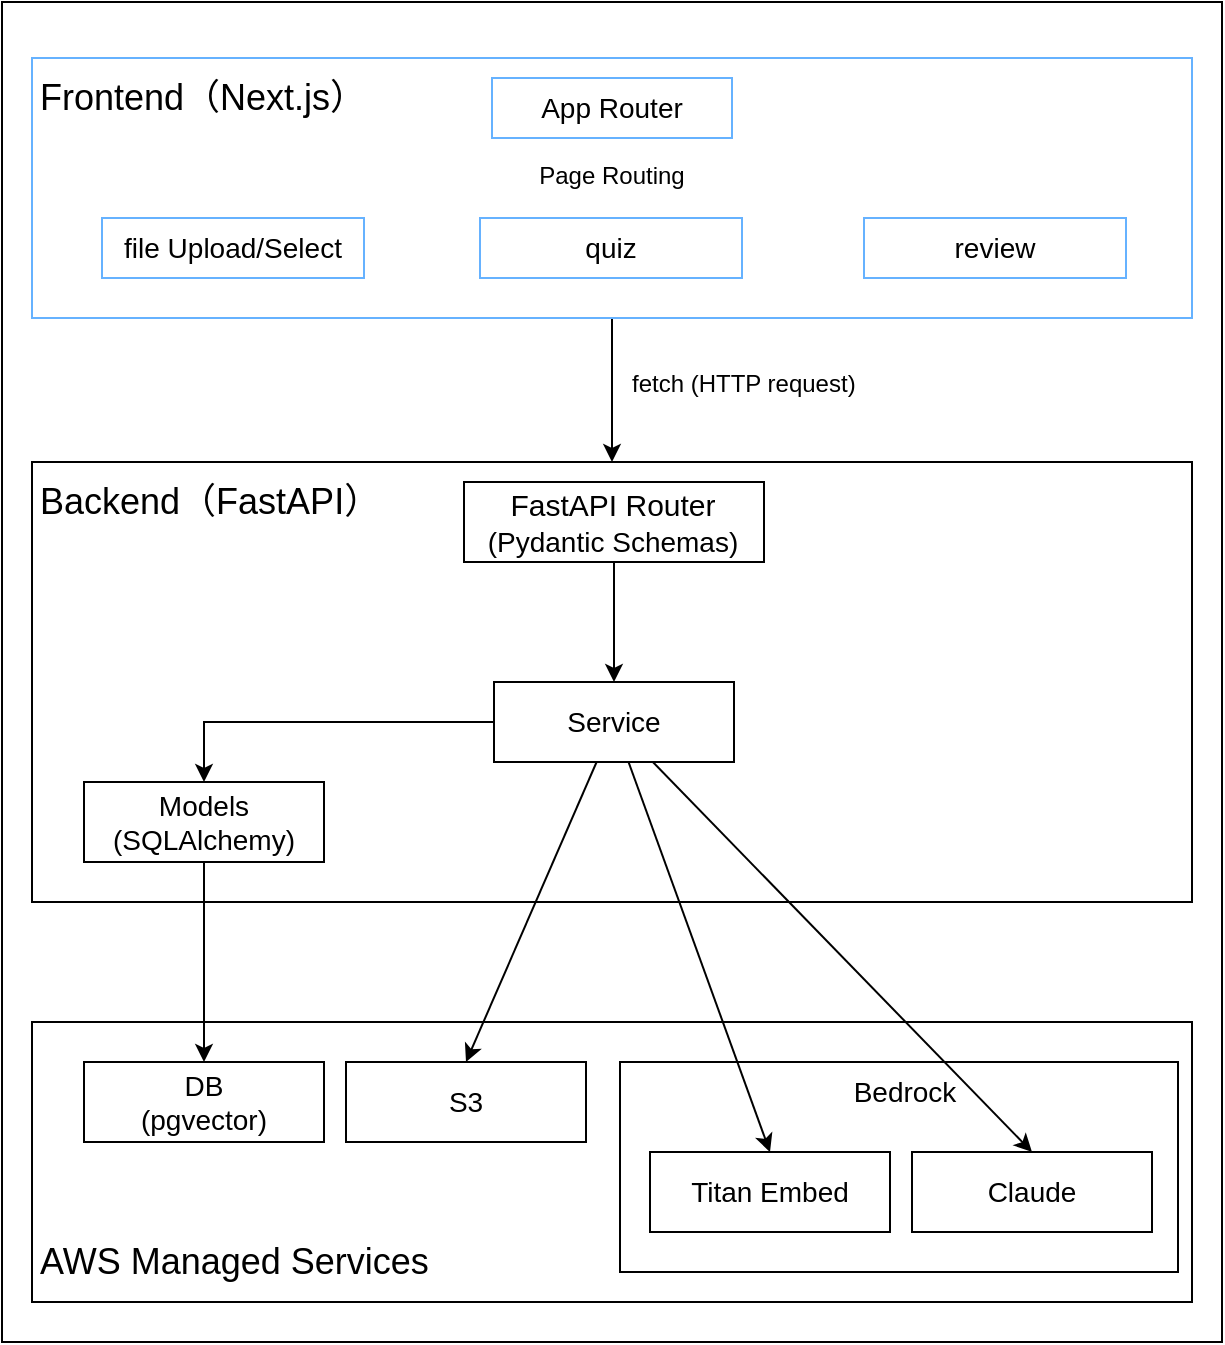
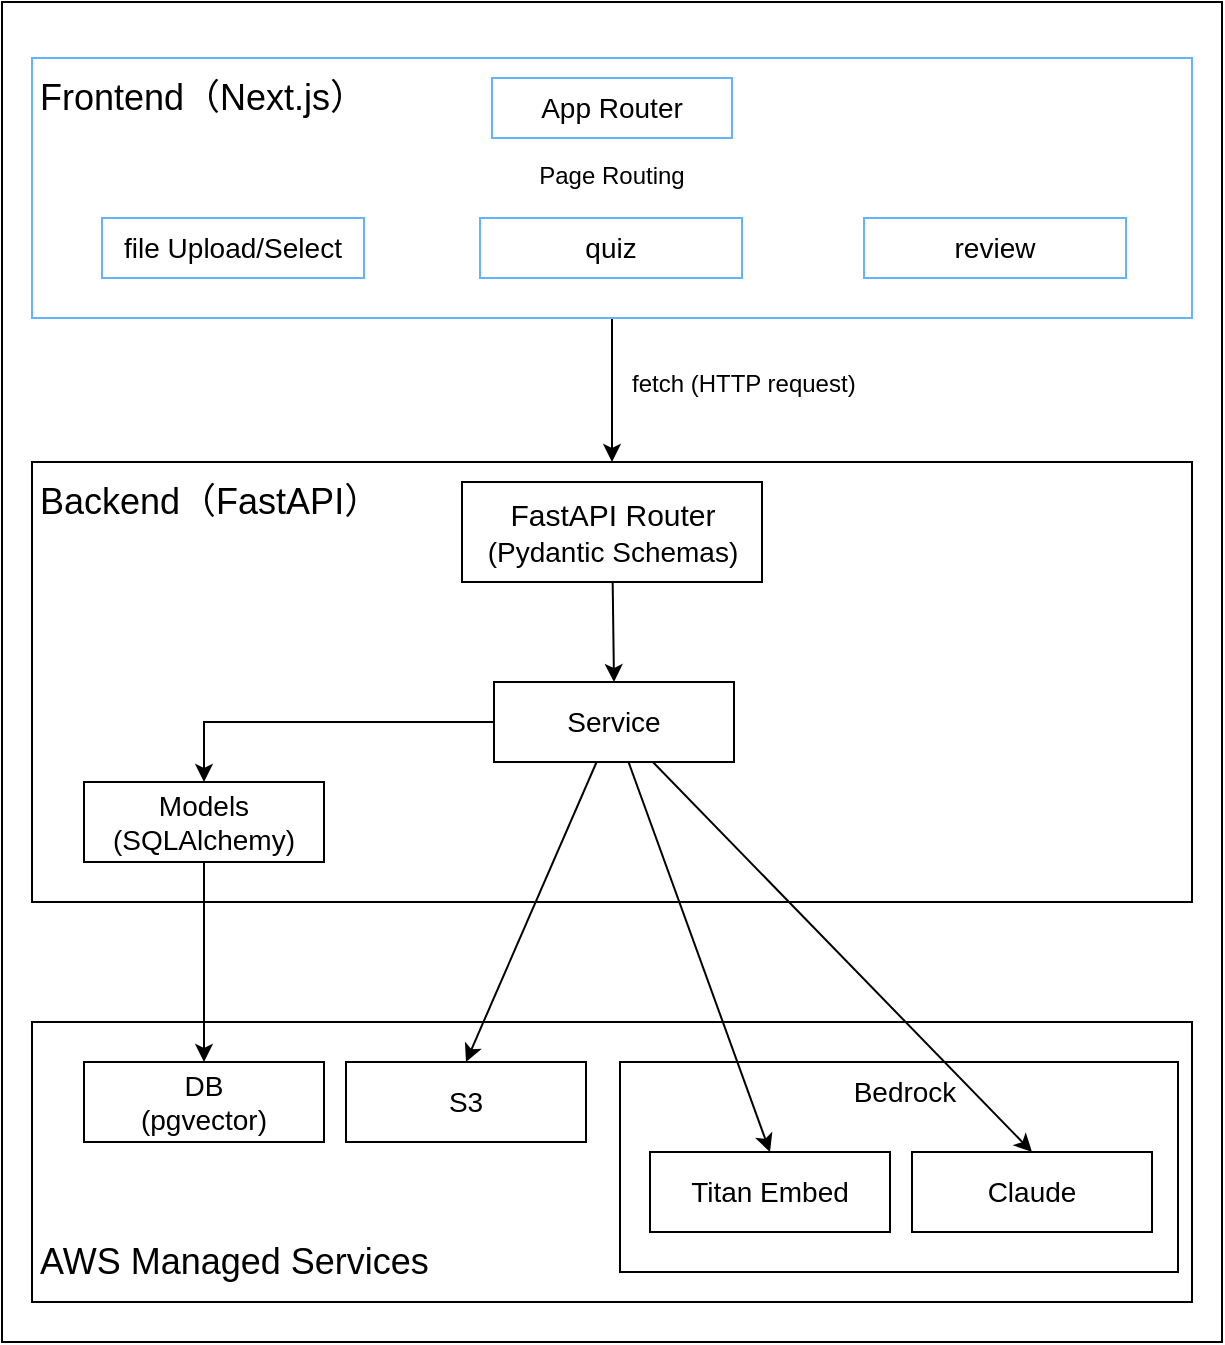
<mxfile host="65bd71144e">
    <diagram id="-sK7EBd7eQeEawK1GACJ" name="ページ1">
-         <mxGraphModel dx="625" dy="537" grid="1" gridSize="10" guides="1" tooltips="1" connect="1" arrows="1" fold="1" page="1" pageScale="1" pageWidth="827" pageHeight="1169" background="none" math="0" shadow="0">
+         <mxGraphModel dx="719" dy="638" grid="1" gridSize="10" guides="1" tooltips="1" connect="1" arrows="1" fold="1" page="1" pageScale="1" pageWidth="827" pageHeight="1169" background="none" math="0" shadow="0">
            <root>
                <mxCell id="0"/>
                <mxCell id="1" parent="0"/>
-                 <mxCell id="50" value="" style="whiteSpace=wrap;html=1;" parent="1" vertex="1">
+                 <mxCell id="50" value="" style="whiteSpace=wrap;html=1;fillColor=light-dark(#FFFFFF,#000000);" parent="1" vertex="1">
                    <mxGeometry x="109" y="60" width="610" height="670" as="geometry"/>
                </mxCell>
                <mxCell id="48" value="" style="whiteSpace=wrap;html=1;fillColor=none;strokeColor=light-dark(#000000,#33FF99);" parent="1" vertex="1">
                    <mxGeometry x="124" y="570" width="580" height="140" as="geometry"/>
                </mxCell>
                <mxCell id="39" value="" style="whiteSpace=wrap;html=1;fillColor=none;strokeColor=light-dark(#000000,#33FF99);" parent="1" vertex="1">
                    <mxGeometry x="418" y="590" width="279" height="105" as="geometry"/>
                </mxCell>
                <mxCell id="15" style="edgeStyle=none;html=1;entryX=0.5;entryY=0;entryDx=0;entryDy=0;" parent="1" source="2" target="13" edge="1">
                    <mxGeometry relative="1" as="geometry"/>
                </mxCell>
                <mxCell id="2" value="" style="whiteSpace=wrap;html=1;fillColor=none;strokeColor=light-dark(#66B2FF,#66B2FF);" parent="1" vertex="1">
                    <mxGeometry x="124" y="88" width="580" height="130" as="geometry"/>
                </mxCell>
                <mxCell id="3" value="&lt;font style=&quot;font-size: 18px; color: light-dark(rgb(0, 0, 0), rgb(102, 178, 255));&quot;&gt;Frontend（Next.js）&lt;/font&gt;" style="text;html=1;align=left;verticalAlign=middle;resizable=0;points=[];autosize=1;strokeColor=none;fillColor=none;fontColor=light-dark(#000000,#66B2FF);" parent="1" vertex="1">
                    <mxGeometry x="126" y="88" width="190" height="40" as="geometry"/>
                </mxCell>
-                 <mxCell id="4" value="&lt;font style=&quot;font-size: 14px;&quot;&gt;App Router&lt;/font&gt;" style="whiteSpace=wrap;html=1;fillColor=none;strokeColor=light-dark(#66B2FF,#66B2FF);" parent="1" vertex="1">
+                 <mxCell id="4" value="&lt;font style=&quot;font-size: 14px;&quot;&gt;App Router&lt;/font&gt;" style="whiteSpace=wrap;html=1;fillColor=none;strokeColor=light-dark(#66B2FF,#66B2FF);fontColor=light-dark(#000000,#FFFFFF);" parent="1" vertex="1">
                    <mxGeometry x="354" y="98" width="120" height="30" as="geometry"/>
                </mxCell>
-                 <mxCell id="5" value="&lt;font style=&quot;font-size: 14px;&quot;&gt;file Upload/Select&lt;/font&gt;" style="whiteSpace=wrap;html=1;fillColor=none;strokeColor=light-dark(#66B2FF,#66B2FF);" parent="1" vertex="1">
+                 <mxCell id="5" value="&lt;font style=&quot;font-size: 14px;&quot;&gt;file Upload/Select&lt;/font&gt;" style="whiteSpace=wrap;html=1;fillColor=none;strokeColor=light-dark(#66B2FF,#66B2FF);fontColor=light-dark(#000000,#FFFFFF);" parent="1" vertex="1">
                    <mxGeometry x="159" y="168" width="131" height="30" as="geometry"/>
                </mxCell>
-                 <mxCell id="6" value="&lt;span style=&quot;font-size: 14px;&quot;&gt;quiz&lt;/span&gt;" style="whiteSpace=wrap;html=1;fillColor=none;strokeColor=light-dark(#66B2FF,#66B2FF);" parent="1" vertex="1">
+                 <mxCell id="6" value="&lt;span style=&quot;font-size: 14px;&quot;&gt;quiz&lt;/span&gt;" style="whiteSpace=wrap;html=1;fillColor=none;strokeColor=light-dark(#66B2FF,#66B2FF);fontColor=light-dark(#000000,#FFFFFF);" parent="1" vertex="1">
                    <mxGeometry x="348" y="168" width="131" height="30" as="geometry"/>
                </mxCell>
-                 <mxCell id="7" value="&lt;font style=&quot;font-size: 14px;&quot;&gt;review&lt;/font&gt;" style="whiteSpace=wrap;html=1;fillColor=none;strokeColor=light-dark(#66B2FF,#66B2FF);" parent="1" vertex="1">
+                 <mxCell id="7" value="&lt;font style=&quot;font-size: 14px;&quot;&gt;review&lt;/font&gt;" style="whiteSpace=wrap;html=1;fillColor=none;strokeColor=light-dark(#66B2FF,#66B2FF);fontColor=light-dark(#000000,#FFFFFF);" parent="1" vertex="1">
                    <mxGeometry x="540" y="168" width="131" height="30" as="geometry"/>
                </mxCell>
                <mxCell id="13" value="" style="whiteSpace=wrap;html=1;fillColor=none;strokeColor=light-dark(#000000,#FF6666);" parent="1" vertex="1">
                    <mxGeometry x="124" y="290" width="580" height="220" as="geometry"/>
                </mxCell>
                <mxCell id="14" value="&lt;font style=&quot;font-size: 18px; color: light-dark(rgb(0, 0, 0), rgb(255, 102, 102));&quot;&gt;Backend（FastAPI）&lt;/font&gt;" style="text;html=1;align=left;verticalAlign=middle;resizable=0;points=[];autosize=1;strokeColor=none;fillColor=none;fontColor=light-dark(#000000,#66B2FF);" parent="1" vertex="1">
                    <mxGeometry x="126" y="290" width="190" height="40" as="geometry"/>
                </mxCell>
-                 <mxCell id="16" value="fetch (HTTP request)" style="text;align=left;verticalAlign=top;resizable=0;points=[];autosize=1;strokeColor=none;fillColor=none;" parent="1" vertex="1">
+                 <mxCell id="16" value="fetch (HTTP request)" style="text;align=left;verticalAlign=top;resizable=0;points=[];autosize=1;strokeColor=none;fillColor=none;fontColor=light-dark(#000000,#FFFFFF);" parent="1" vertex="1">
                    <mxGeometry x="422" y="237" width="140" height="30" as="geometry"/>
-                 </mxCell>
-                 <mxCell id="25" style="edgeStyle=none;html=1;entryX=0.5;entryY=0;entryDx=0;entryDy=0;" parent="1" source="17" target="18" edge="1">
-                     <mxGeometry relative="1" as="geometry"/>
-                 </mxCell>
-                 <mxCell id="17" value="" style="whiteSpace=wrap;html=1;fillColor=none;strokeColor=light-dark(#000000,#FF6666);" parent="1" vertex="1">
-                     <mxGeometry x="340" y="300" width="150" height="40" as="geometry"/>
                </mxCell>
                <mxCell id="30" style="edgeStyle=none;html=1;entryX=0.5;entryY=0;entryDx=0;entryDy=0;" parent="1" source="18" target="26" edge="1">
                    <mxGeometry relative="1" as="geometry"/>
                </mxCell>
                <mxCell id="36" style="edgeStyle=none;html=1;entryX=0.5;entryY=0;entryDx=0;entryDy=0;rounded=0;curved=0;" parent="1" source="18" target="20" edge="1">
                    <mxGeometry relative="1" as="geometry">
                        <Array as="points">
                            <mxPoint x="210" y="420"/>
                        </Array>
                    </mxGeometry>
                </mxCell>
                <mxCell id="45" style="edgeStyle=none;html=1;entryX=0.5;entryY=0;entryDx=0;entryDy=0;" parent="1" source="18" target="27" edge="1">
                    <mxGeometry relative="1" as="geometry"/>
                </mxCell>
                <mxCell id="46" style="edgeStyle=none;html=1;entryX=0.5;entryY=0;entryDx=0;entryDy=0;" parent="1" source="18" target="28" edge="1">
                    <mxGeometry relative="1" as="geometry"/>
                </mxCell>
-                 <mxCell id="18" value="&lt;font style=&quot;font-size: 14px;&quot;&gt;Service&lt;/font&gt;" style="whiteSpace=wrap;html=1;fillColor=none;strokeColor=light-dark(#000000,#FF6666);" parent="1" vertex="1">
+                 <mxCell id="18" value="&lt;font style=&quot;font-size: 14px;&quot;&gt;Service&lt;/font&gt;" style="whiteSpace=wrap;html=1;fillColor=none;strokeColor=light-dark(#000000,#FF6666);fontColor=light-dark(#000000,#FFFFFF);" parent="1" vertex="1">
                    <mxGeometry x="355" y="400" width="120" height="40" as="geometry"/>
                </mxCell>
                <mxCell id="37" style="edgeStyle=none;html=1;" parent="1" source="20" target="29" edge="1">
                    <mxGeometry relative="1" as="geometry"/>
                </mxCell>
-                 <mxCell id="20" value="&lt;font style=&quot;font-size: 14px; color: light-dark(rgb(0, 0, 0), rgb(255, 255, 255));&quot;&gt;Models&lt;/font&gt;&lt;div&gt;&lt;font style=&quot;color: light-dark(rgb(0, 0, 0), rgb(255, 255, 255));&quot;&gt;&lt;font style=&quot;font-size: 14px;&quot;&gt;(SQLAlchemy)&lt;/font&gt;&lt;/font&gt;&lt;/div&gt;" style="whiteSpace=wrap;html=1;fillColor=none;strokeColor=light-dark(#000000,#FF6666);" parent="1" vertex="1">
+                 <mxCell id="20" value="&lt;font style=&quot;font-size: 14px;&quot;&gt;Models&lt;/font&gt;&lt;div&gt;&lt;font style=&quot;&quot;&gt;&lt;font style=&quot;font-size: 14px;&quot;&gt;(SQLAlchemy)&lt;/font&gt;&lt;/font&gt;&lt;/div&gt;" style="whiteSpace=wrap;html=1;fillColor=none;strokeColor=light-dark(#000000,#FF6666);fontColor=light-dark(#000000,#FFFFFF);" parent="1" vertex="1">
                    <mxGeometry x="150" y="450" width="120" height="40" as="geometry"/>
                </mxCell>
-                 <mxCell id="21" value="&lt;font style=&quot;font-size: 15px; color: light-dark(rgb(0, 0, 0), rgb(255, 255, 255));&quot;&gt;FastAPI Router&lt;/font&gt;&lt;div&gt;&lt;font style=&quot;font-size: 15px; color: light-dark(rgb(0, 0, 0), rgb(255, 255, 255));&quot;&gt;&lt;span style=&quot;font-size: 14px;&quot;&gt;(Pydantic Schemas)&lt;/span&gt;&lt;/font&gt;&lt;/div&gt;" style="text;html=1;align=center;verticalAlign=middle;resizable=0;points=[];autosize=1;strokeColor=none;fillColor=none;" parent="1" vertex="1">
-                     <mxGeometry x="339" y="295" width="150" height="50" as="geometry"/>
+                 <mxCell id="51" style="edgeStyle=none;html=1;entryX=0.5;entryY=0;entryDx=0;entryDy=0;" edge="1" parent="1" source="21" target="18">
+                     <mxGeometry relative="1" as="geometry"/>
+                 </mxCell>
+                 <mxCell id="21" value="&lt;font style=&quot;font-size: 15px;&quot;&gt;FastAPI Router&lt;/font&gt;&lt;div&gt;&lt;font style=&quot;font-size: 15px;&quot;&gt;&lt;span style=&quot;font-size: 14px;&quot;&gt;(Pydantic Schemas)&lt;/span&gt;&lt;/font&gt;&lt;/div&gt;" style="text;html=1;align=center;verticalAlign=middle;resizable=0;points=[];autosize=1;strokeColor=light-dark(#000000,#FF6666);fillColor=none;fontColor=light-dark(#000000,#FFFFFF);" parent="1" vertex="1">
+                     <mxGeometry x="339" y="300" width="150" height="50" as="geometry"/>
                </mxCell>
                <mxCell id="24" value="&lt;font style=&quot;&quot;&gt;Page Routing&lt;/font&gt;" style="whiteSpace=wrap;html=1;strokeColor=none;fillColor=none;fontColor=light-dark(#000000,#FFFFFF);" parent="1" vertex="1">
                    <mxGeometry x="374" y="137" width="80" height="20" as="geometry"/>
                </mxCell>
-                 <mxCell id="26" value="&lt;span style=&quot;font-size: 14px;&quot;&gt;&lt;font style=&quot;color: light-dark(rgb(0, 0, 0), rgb(255, 255, 255));&quot;&gt;S3&lt;/font&gt;&lt;/span&gt;" style="whiteSpace=wrap;html=1;fillColor=none;strokeColor=light-dark(#000000,#33FF99);" parent="1" vertex="1">
+                 <mxCell id="26" value="&lt;span style=&quot;font-size: 14px;&quot;&gt;&lt;font style=&quot;&quot;&gt;S3&lt;/font&gt;&lt;/span&gt;" style="whiteSpace=wrap;html=1;fillColor=none;strokeColor=light-dark(#000000,#33FF99);fontColor=light-dark(#000000,#FFFFFF);" parent="1" vertex="1">
                    <mxGeometry x="281" y="590" width="120" height="40" as="geometry"/>
                </mxCell>
-                 <mxCell id="27" value="&lt;span style=&quot;font-size: 14px;&quot;&gt;&lt;font style=&quot;color: light-dark(rgb(0, 0, 0), rgb(255, 255, 255));&quot;&gt;Titan Embed&lt;/font&gt;&lt;/span&gt;" style="whiteSpace=wrap;html=1;fillColor=none;strokeColor=light-dark(#000000,#33FF99);" parent="1" vertex="1">
+                 <mxCell id="27" value="&lt;span style=&quot;font-size: 14px;&quot;&gt;&lt;font style=&quot;&quot;&gt;Titan Embed&lt;/font&gt;&lt;/span&gt;" style="whiteSpace=wrap;html=1;fillColor=none;strokeColor=light-dark(#000000,#33FF99);fontColor=light-dark(#000000,#FFFFFF);" parent="1" vertex="1">
                    <mxGeometry x="433" y="635" width="120" height="40" as="geometry"/>
                </mxCell>
-                 <mxCell id="28" value="&lt;span style=&quot;font-size: 14px;&quot;&gt;&lt;font style=&quot;color: light-dark(rgb(0, 0, 0), rgb(255, 255, 255));&quot;&gt;Claude&lt;/font&gt;&lt;/span&gt;" style="whiteSpace=wrap;html=1;fillColor=none;strokeColor=light-dark(#000000,#33FF99);" parent="1" vertex="1">
+                 <mxCell id="28" value="&lt;span style=&quot;font-size: 14px;&quot;&gt;&lt;font style=&quot;&quot;&gt;Claude&lt;/font&gt;&lt;/span&gt;" style="whiteSpace=wrap;html=1;fillColor=none;strokeColor=light-dark(#000000,#33FF99);fontColor=light-dark(#000000,#FFFFFF);" parent="1" vertex="1">
                    <mxGeometry x="564" y="635" width="120" height="40" as="geometry"/>
                </mxCell>
-                 <mxCell id="29" value="&lt;span style=&quot;font-size: 14px;&quot;&gt;&lt;font style=&quot;color: light-dark(rgb(0, 0, 0), rgb(255, 255, 255));&quot;&gt;DB&lt;br&gt;(pgvector)&lt;/font&gt;&lt;/span&gt;" style="whiteSpace=wrap;html=1;fillColor=none;strokeColor=light-dark(#000000,#33FF99);" parent="1" vertex="1">
+                 <mxCell id="29" value="&lt;span style=&quot;font-size: 14px;&quot;&gt;&lt;font style=&quot;&quot;&gt;DB&lt;br&gt;(pgvector)&lt;/font&gt;&lt;/span&gt;" style="whiteSpace=wrap;html=1;fillColor=none;strokeColor=light-dark(#000000,#33FF99);fontColor=light-dark(#000000,#FFFFFF);" parent="1" vertex="1">
                    <mxGeometry x="150" y="590" width="120" height="40" as="geometry"/>
                </mxCell>
-                 <mxCell id="41" value="&lt;font style=&quot;font-size: 14px;&quot;&gt;Bedrock&lt;/font&gt;" style="text;html=1;align=center;verticalAlign=middle;resizable=0;points=[];autosize=1;strokeColor=none;fillColor=none;" parent="1" vertex="1">
+                 <mxCell id="41" value="&lt;font style=&quot;font-size: 14px;&quot;&gt;Bedrock&lt;/font&gt;" style="text;html=1;align=center;verticalAlign=middle;resizable=0;points=[];autosize=1;strokeColor=none;fillColor=none;fontColor=light-dark(#000000,#FFFFFF);" parent="1" vertex="1">
                    <mxGeometry x="525" y="590" width="70" height="30" as="geometry"/>
                </mxCell>
-                 <mxCell id="49" value="&lt;font style=&quot;font-size: 18px; color: light-dark(rgb(0, 0, 0), rgb(51, 255, 153));&quot;&gt;AWS Managed Services&lt;/font&gt;" style="text;html=1;align=left;verticalAlign=middle;resizable=0;points=[];autosize=1;strokeColor=none;fillColor=none;fontColor=light-dark(#000000,#66B2FF);" parent="1" vertex="1">
+                 <mxCell id="49" value="&lt;font style=&quot;font-size: 18px; color: light-dark(rgb(0, 0, 0), rgb(51, 255, 153));&quot;&gt;AWS Managed Services&lt;/font&gt;" style="text;html=1;align=left;verticalAlign=middle;resizable=0;points=[];autosize=1;strokeColor=none;fillColor=none;fontColor=light-dark(#000000,#33FF99);" parent="1" vertex="1">
                    <mxGeometry x="126" y="670" width="220" height="40" as="geometry"/>
                </mxCell>
            </root>
        </mxGraphModel>
    </diagram>
</mxfile>